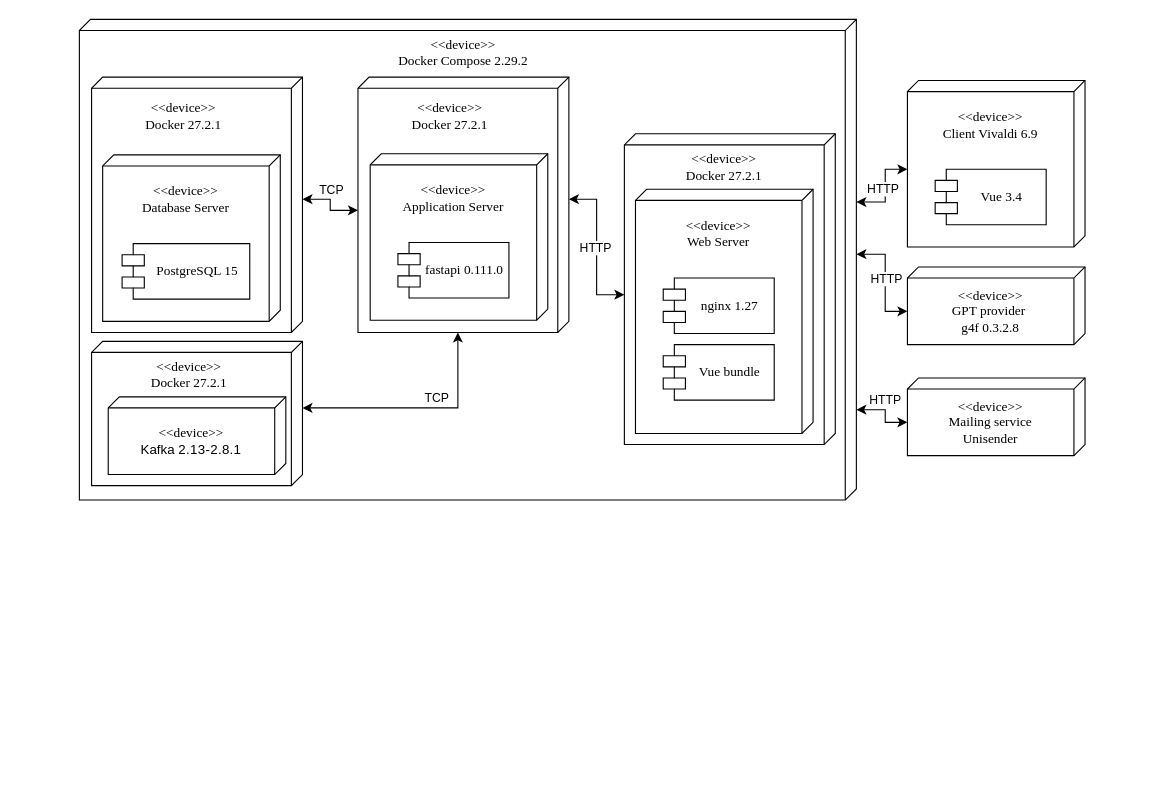
Earlier version of the draw.io diagram _curse/docs/architecture.drawio (XoJIoDuJIHuK/7-term). Source tidied: cells renumbered, new cells numbered last; positions are measured from the earlier drawing's top-left corner, leaving out a move shared by most shapes. Both pictures are drawn from the tidied source at 111%, with x=0, y=0 at pixel (79, 19).
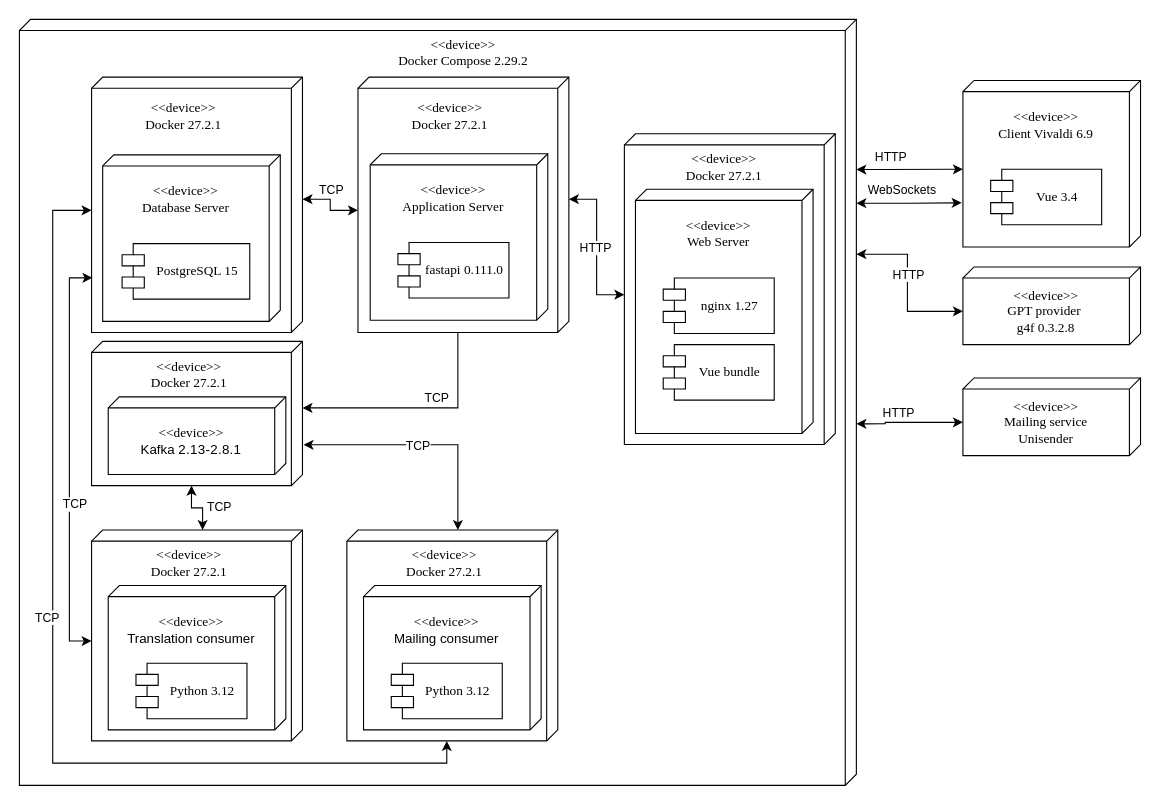
Above is the later version.

Unchanged cells that the change refers to:
```xml
<mxCell id="4" style="verticalAlign=top;align=left;spacingTop=8;spacingLeft=2;spacingRight=12;shape=cube;size=10;direction=south;fontStyle=4;html=1;whiteSpace=wrap;fontFamily=Times New Roman;" parent="1" vertex="1">
  <mxGeometry x="251" y="52" width="190" height="230" as="geometry" />
</mxCell>
<mxCell id="5" style="verticalAlign=top;align=left;spacingTop=8;spacingLeft=2;spacingRight=12;shape=cube;size=10;direction=south;fontStyle=4;html=1;whiteSpace=wrap;fontFamily=Times New Roman;" parent="1" vertex="1">
  <mxGeometry x="11" y="290" width="190" height="130" as="geometry" />
</mxCell>
<mxCell id="6" style="verticalAlign=top;align=left;spacingTop=8;spacingLeft=2;spacingRight=12;shape=cube;size=10;direction=south;fontStyle=4;html=1;whiteSpace=wrap;fontFamily=Times New Roman;" parent="1" vertex="1">
  <mxGeometry x="11" y="52" width="190" height="230" as="geometry" />
</mxCell>
```

Diff of the diagram source:
```diff
@@
     <mxCell id="2" style="verticalAlign=top;align=left;spacingTop=8;spacingLeft=2;spacingRight=12;shape=cube;size=10;direction=south;fontStyle=4;html=1;whiteSpace=wrap;fontFamily=Times New Roman;" parent="1" vertex="1">
-      <mxGeometry width="700" height="433" as="geometry" />
+      <mxGeometry x="-54" width="754" height="690" as="geometry" />
     </mxCell>
@@
     <mxCell id="7" style="verticalAlign=top;align=left;spacingTop=8;spacingLeft=2;spacingRight=12;shape=cube;size=10;direction=south;fontStyle=4;html=1;whiteSpace=wrap;fontFamily=Times New Roman;" parent="1" vertex="1">
-      <mxGeometry x="746" y="55" width="160" height="150" as="geometry" />
+      <mxGeometry x="796" y="55" width="160" height="150" as="geometry" />
     </mxCell>
     <mxCell id="8" value="Vue 3.4" style="shape=module;align=left;spacingLeft=20;align=center;verticalAlign=top;whiteSpace=wrap;html=1;fontFamily=Times New Roman;spacingTop=11;" parent="1" vertex="1">
-      <mxGeometry x="771" y="135" width="100" height="50" as="geometry" />
+      <mxGeometry x="821" y="135" width="100" height="50" as="geometry" />
     </mxCell>
     <mxCell id="9" value="&amp;lt;&amp;lt;device&amp;gt;&amp;gt;&lt;div&gt;Client Vivaldi 6.9&lt;/div&gt;" style="text;html=1;align=center;verticalAlign=middle;whiteSpace=wrap;rounded=0;fontFamily=Times New Roman;" parent="1" vertex="1">
-      <mxGeometry x="761" y="75" width="120" height="40" as="geometry" />
+      <mxGeometry x="811" y="75" width="120" height="40" as="geometry" />
     </mxCell>
@@
     <mxCell id="19" style="verticalAlign=top;align=left;spacingTop=8;spacingLeft=2;spacingRight=12;shape=cube;size=10;direction=south;fontStyle=4;html=1;whiteSpace=wrap;fontFamily=Times New Roman;" parent="1" vertex="1">
-      <mxGeometry x="746" y="223" width="160" height="70" as="geometry" />
+      <mxGeometry x="796" y="223" width="160" height="70" as="geometry" />
     </mxCell>
     <mxCell id="20" value="&amp;lt;&amp;lt;device&amp;gt;&amp;gt;&lt;div&gt;GPT provider&amp;nbsp;&lt;/div&gt;&lt;div&gt;g4f 0.3.2.8&lt;/div&gt;" style="text;html=1;align=center;verticalAlign=middle;whiteSpace=wrap;rounded=0;fontFamily=Times New Roman;" parent="1" vertex="1">
-      <mxGeometry x="761" y="243" width="120" height="40" as="geometry" />
+      <mxGeometry x="811" y="243" width="120" height="40" as="geometry" />
     </mxCell>
@@
-    <mxCell id="28" style="edgeStyle=orthogonalEdgeStyle;rounded=0;jettySize=auto;html=1;exitX=0;exitY=0;exitDx=60;exitDy=0;exitPerimeter=0;entryX=0;entryY=0;entryDx=230;entryDy=100;entryPerimeter=0;startArrow=classic;startFill=1;" parent="1" edge="1" source="5" target="4">
+    <mxCell id="28" style="edgeStyle=orthogonalEdgeStyle;rounded=0;jettySize=auto;html=1;exitX=0;exitY=0;exitDx=60;exitDy=0;exitPerimeter=0;entryX=0;entryY=0;entryDx=230;entryDy=100;entryPerimeter=0;startArrow=classic;startFill=1;endArrow=none;endFill=0;" parent="1" edge="1" source="5" target="4">
       <mxGeometry relative="1" as="geometry" />
     </mxCell>
@@
-    <mxCell id="30" style="edgeStyle=orthogonalEdgeStyle;rounded=0;jettySize=auto;html=1;exitX=0.38;exitY=0;exitDx=0;exitDy=0;exitPerimeter=0;entryX=0;entryY=0;entryDx=80;entryDy=160;entryPerimeter=0;startArrow=classic;startFill=1;" parent="1" edge="1" source="2" target="7">
+    <mxCell id="30" style="edgeStyle=orthogonalEdgeStyle;rounded=0;jettySize=auto;html=1;exitX=0.196;exitY=0;exitDx=0;exitDy=0;exitPerimeter=0;entryX=0;entryY=0;entryDx=80;entryDy=160;entryPerimeter=0;startArrow=classic;startFill=1;" parent="1" edge="1" source="2" target="7">
       <mxGeometry relative="1" as="geometry">
         <Array as="points">
-          <mxPoint x="726" y="165" />
+          <mxPoint x="726" y="135" />
           <mxPoint x="726" y="135" />
         </Array>
       </mxGeometry>
     </mxCell>
@@
     <mxCell id="32" style="edgeStyle=orthogonalEdgeStyle;rounded=0;jettySize=auto;html=1;entryX=0;entryY=0;entryDx=40;entryDy=160;entryPerimeter=0;startArrow=classic;startFill=1;exitX=0;exitY=0;exitDx=211.5;exitDy=0;exitPerimeter=0;" parent="1" edge="1" source="2" target="19">
       <mxGeometry relative="1" as="geometry">
         <Array as="points">
-          <mxPoint x="726" y="211" />
-          <mxPoint x="726" y="263" />
+          <mxPoint x="746" y="212" />
+          <mxPoint x="746" y="263" />
         </Array>
       </mxGeometry>
     </mxCell>
@@
     <mxCell id="34" style="verticalAlign=top;align=left;spacingTop=8;spacingLeft=2;spacingRight=12;shape=cube;size=10;direction=south;fontStyle=4;html=1;whiteSpace=wrap;fontFamily=Times New Roman;" parent="1" vertex="1">
-      <mxGeometry x="746" y="323" width="160" height="70" as="geometry" />
+      <mxGeometry x="796" y="323" width="160" height="70" as="geometry" />
     </mxCell>
     <mxCell id="35" value="&amp;lt;&amp;lt;device&amp;gt;&amp;gt;&lt;div&gt;Mailing service&lt;/div&gt;&lt;div&gt;Unisender&lt;/div&gt;" style="text;html=1;align=center;verticalAlign=middle;whiteSpace=wrap;rounded=0;fontFamily=Times New Roman;" parent="1" vertex="1">
-      <mxGeometry x="761" y="343" width="120" height="40" as="geometry" />
+      <mxGeometry x="811" y="343" width="120" height="40" as="geometry" />
     </mxCell>
-    <mxCell id="36" style="edgeStyle=orthogonalEdgeStyle;rounded=0;jettySize=auto;html=1;exitX=0.812;exitY=0;exitDx=0;exitDy=0;exitPerimeter=0;entryX=0;entryY=0;entryDx=40;entryDy=160;entryPerimeter=0;startArrow=classic;startFill=1;" parent="1" edge="1" source="2" target="34">
+    <mxCell id="36" style="edgeStyle=orthogonalEdgeStyle;rounded=0;jettySize=auto;html=1;exitX=0.528;exitY=0;exitDx=0;exitDy=0;exitPerimeter=0;entryX=0;entryY=0;entryDx=40;entryDy=160;entryPerimeter=0;startArrow=classic;startFill=1;" parent="1" edge="1" source="2" target="34">
       <mxGeometry relative="1" as="geometry">
         <Array as="points">
-          <mxPoint x="726" y="352" />
+          <mxPoint x="726" y="364" />
           <mxPoint x="726" y="363" />
         </Array>
       </mxGeometry>
     </mxCell>
@@
+    <mxCell id="43" style="verticalAlign=top;align=left;spacingTop=8;spacingLeft=2;spacingRight=12;shape=cube;size=10;direction=south;fontStyle=4;html=1;whiteSpace=wrap;fontFamily=Times New Roman;" parent="1" vertex="1">
+      <mxGeometry x="11" y="460" width="190" height="190" as="geometry" />
+    </mxCell>
+    <mxCell id="44" value="&amp;lt;&amp;lt;device&amp;gt;&amp;gt;&lt;div&gt;Docker 27.2.1&lt;/div&gt;" style="text;html=1;align=center;verticalAlign=middle;whiteSpace=wrap;rounded=0;fontFamily=Times New Roman;" parent="1" vertex="1">
+      <mxGeometry x="38.5" y="470" width="120" height="40" as="geometry" />
+    </mxCell>
+    <mxCell id="45" style="verticalAlign=top;align=left;spacingTop=8;spacingLeft=2;spacingRight=12;shape=cube;size=10;direction=south;fontStyle=4;html=1;whiteSpace=wrap;fontFamily=Times New Roman;" parent="1" vertex="1">
+      <mxGeometry x="26" y="510" width="160" height="130" as="geometry" />
+    </mxCell>
+    <mxCell id="46" value="&lt;font style=&quot;font-size: 12px;&quot; face=&quot;Times New Roman&quot;&gt;&amp;lt;&amp;lt;device&amp;gt;&amp;gt;&lt;/font&gt;&lt;div&gt;&lt;font face=&quot;TATKIw89jByi1dCgMb_N&quot;&gt;Translation consumer&lt;/font&gt;&lt;/div&gt;" style="text;html=1;align=center;verticalAlign=middle;whiteSpace=wrap;rounded=0;fontFamily=Times New Roman;" parent="1" vertex="1">
+      <mxGeometry x="41" y="530" width="120" height="40" as="geometry" />
+    </mxCell>
+    <mxCell id="47" value="Python 3.12" style="shape=module;align=left;spacingLeft=20;align=center;verticalAlign=top;whiteSpace=wrap;html=1;fontFamily=Times New Roman;spacingTop=11;" parent="1" vertex="1">
+      <mxGeometry x="51" y="580" width="100" height="50" as="geometry" />
+    </mxCell>
+    <mxCell id="48" style="verticalAlign=top;align=left;spacingTop=8;spacingLeft=2;spacingRight=12;shape=cube;size=10;direction=south;fontStyle=4;html=1;whiteSpace=wrap;fontFamily=Times New Roman;" parent="1" vertex="1">
+      <mxGeometry x="241" y="460" width="190" height="190" as="geometry" />
+    </mxCell>
+    <mxCell id="49" value="&amp;lt;&amp;lt;device&amp;gt;&amp;gt;&lt;div&gt;Docker 27.2.1&lt;/div&gt;" style="text;html=1;align=center;verticalAlign=middle;whiteSpace=wrap;rounded=0;fontFamily=Times New Roman;" parent="1" vertex="1">
+      <mxGeometry x="268.5" y="470" width="120" height="40" as="geometry" />
+    </mxCell>
+    <mxCell id="50" style="verticalAlign=top;align=left;spacingTop=8;spacingLeft=2;spacingRight=12;shape=cube;size=10;direction=south;fontStyle=4;html=1;whiteSpace=wrap;fontFamily=Times New Roman;" parent="1" vertex="1">
+      <mxGeometry x="256" y="510" width="160" height="130" as="geometry" />
+    </mxCell>
+    <mxCell id="51" value="&lt;font style=&quot;font-size: 12px;&quot; face=&quot;Times New Roman&quot;&gt;&amp;lt;&amp;lt;device&amp;gt;&amp;gt;&lt;/font&gt;&lt;div&gt;&lt;font face=&quot;TATKIw89jByi1dCgMb_N&quot;&gt;Mailing consumer&lt;/font&gt;&lt;/div&gt;" style="text;html=1;align=center;verticalAlign=middle;whiteSpace=wrap;rounded=0;fontFamily=Times New Roman;" parent="1" vertex="1">
+      <mxGeometry x="271" y="530" width="120" height="40" as="geometry" />
+    </mxCell>
+    <mxCell id="52" value="Python 3.12" style="shape=module;align=left;spacingLeft=20;align=center;verticalAlign=top;whiteSpace=wrap;html=1;fontFamily=Times New Roman;spacingTop=11;" parent="1" vertex="1">
+      <mxGeometry x="281" y="580" width="100" height="50" as="geometry" />
+    </mxCell>
+    <mxCell id="53" style="edgeStyle=orthogonalEdgeStyle;rounded=0;jettySize=auto;html=1;exitX=0;exitY=0;exitDx=130;exitDy=100;exitPerimeter=0;entryX=0;entryY=0;entryDx=0;entryDy=90;entryPerimeter=0;startArrow=classic;startFill=1;" parent="1" edge="1" source="5" target="43">
+      <mxGeometry relative="1" as="geometry" />
+    </mxCell>
+    <mxCell id="54" value="TCP" style="edgeLabel;html=1;align=center;verticalAlign=middle;" parent="53" vertex="1">
+      <mxGeometry x="-0.27" relative="1" as="geometry">
+        <mxPoint x="24" as="offset" />
+      </mxGeometry>
+    </mxCell>
+    <mxCell id="55" style="edgeStyle=orthogonalEdgeStyle;rounded=0;jettySize=auto;html=1;exitX=0.717;exitY=-0.005;exitDx=0;exitDy=0;exitPerimeter=0;entryX=0;entryY=0;entryDx=0;entryDy=90;entryPerimeter=0;startArrow=classic;startFill=1;" parent="1" edge="1" source="5" target="48">
+      <mxGeometry relative="1" as="geometry" />
+    </mxCell>
+    <mxCell id="56" value="TCP" style="edgeLabel;html=1;align=center;verticalAlign=middle;" parent="55" vertex="1">
+      <mxGeometry x="-0.27" relative="1" as="geometry">
+        <mxPoint x="24" as="offset" />
+      </mxGeometry>
+    </mxCell>
+    <mxCell id="57" style="edgeStyle=orthogonalEdgeStyle;rounded=0;jettySize=auto;html=1;exitX=0.786;exitY=0.996;exitDx=0;exitDy=0;exitPerimeter=0;entryX=0;entryY=0;entryDx=100;entryDy=190;entryPerimeter=0;startArrow=classic;startFill=1;" parent="1" edge="1" source="6" target="43">
+      <mxGeometry relative="1" as="geometry" />
+    </mxCell>
+    <mxCell id="58" value="TCP" style="edgeLabel;html=1;align=center;verticalAlign=middle;" parent="57" vertex="1">
+      <mxGeometry x="-0.27" relative="1" as="geometry">
+        <mxPoint x="4" y="90" as="offset" />
+      </mxGeometry>
+    </mxCell>
+    <mxCell id="59" style="edgeStyle=orthogonalEdgeStyle;rounded=0;jettySize=auto;html=1;exitX=0;exitY=0;exitDx=120.00000000000001;exitDy=190;exitPerimeter=0;entryX=0;entryY=0;entryDx=190;entryDy=100;entryPerimeter=0;startArrow=classic;startFill=1;" parent="1" edge="1" source="6" target="48">
+      <mxGeometry relative="1" as="geometry">
+        <Array as="points">
+          <mxPoint x="-24" y="172" />
+          <mxPoint x="-24" y="670" />
+          <mxPoint x="331" y="670" />
+        </Array>
+      </mxGeometry>
+    </mxCell>
+    <mxCell id="60" value="TCP" style="edgeLabel;html=1;align=center;verticalAlign=middle;" parent="59" vertex="1">
+      <mxGeometry x="-0.27" relative="1" as="geometry">
+        <mxPoint x="-6" y="70" as="offset" />
+      </mxGeometry>
+    </mxCell>
+    <mxCell id="61" style="edgeStyle=orthogonalEdgeStyle;rounded=0;jettySize=auto;html=1;exitX=0.24;exitY=0;exitDx=0;exitDy=0;exitPerimeter=0;entryX=0.735;entryY=1.007;entryDx=0;entryDy=0;entryPerimeter=0;startArrow=classic;startFill=1;" parent="1" edge="1" source="2" target="7">
+      <mxGeometry relative="1" as="geometry" />
+    </mxCell>
+    <mxCell id="62" value="WebSockets" style="edgeLabel;html=1;align=center;verticalAlign=middle;" parent="61" vertex="1">
+      <mxGeometry x="-0.36" relative="1" as="geometry">
+        <mxPoint x="10" y="-12" as="offset" />
+      </mxGeometry>
+    </mxCell>
```
